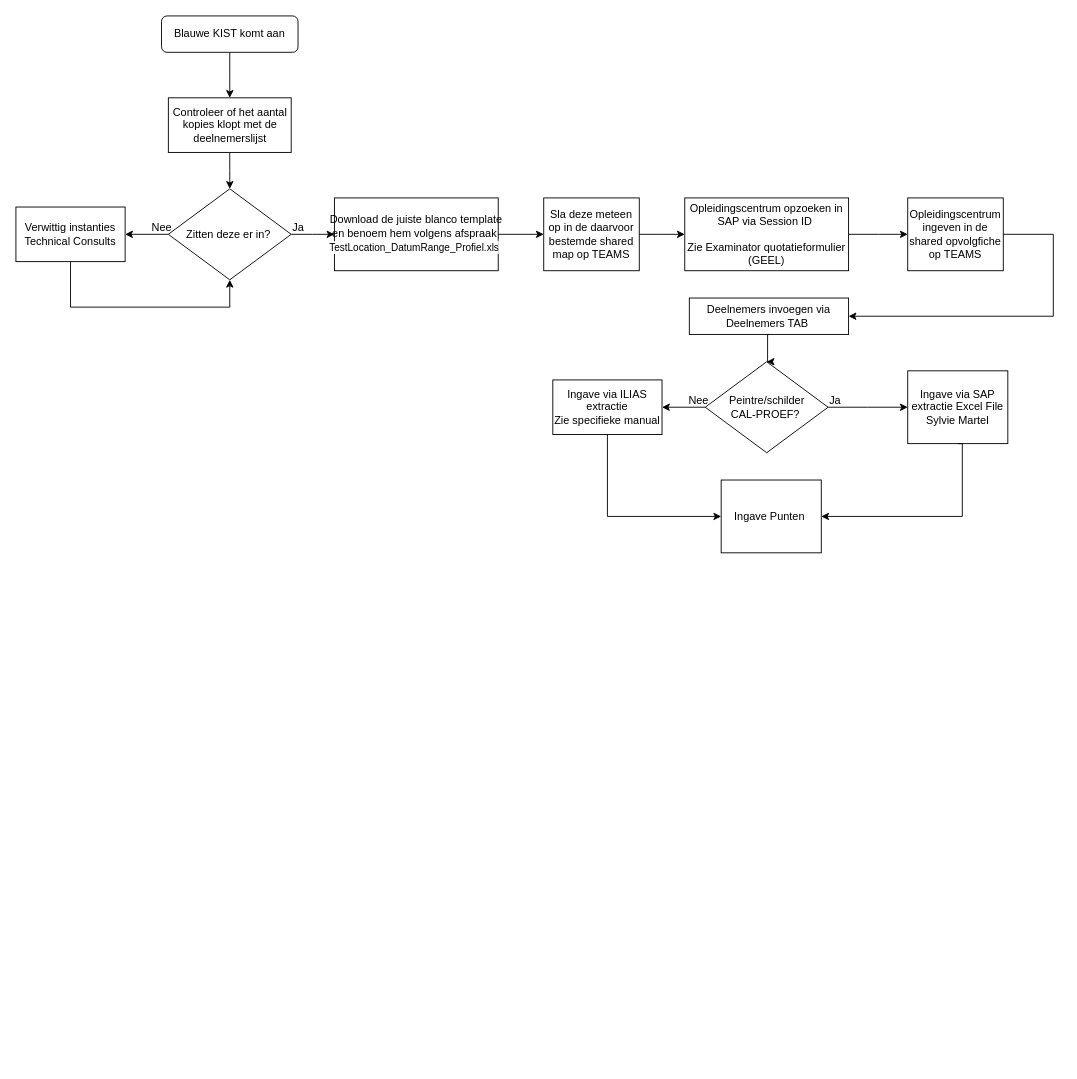
Before: Untitled Diagram.drawio in LaRizzaFelice/my-own-app, a draw.io diagram. Source tidied: cells renumbered, new cells numbered last; positions are measured from the earlier drawing's top-left corner, leaving out a move shared by most shapes. Both pictures are drawn from the tidied source at 91%, with x=0, y=0 at pixel (15, 15).
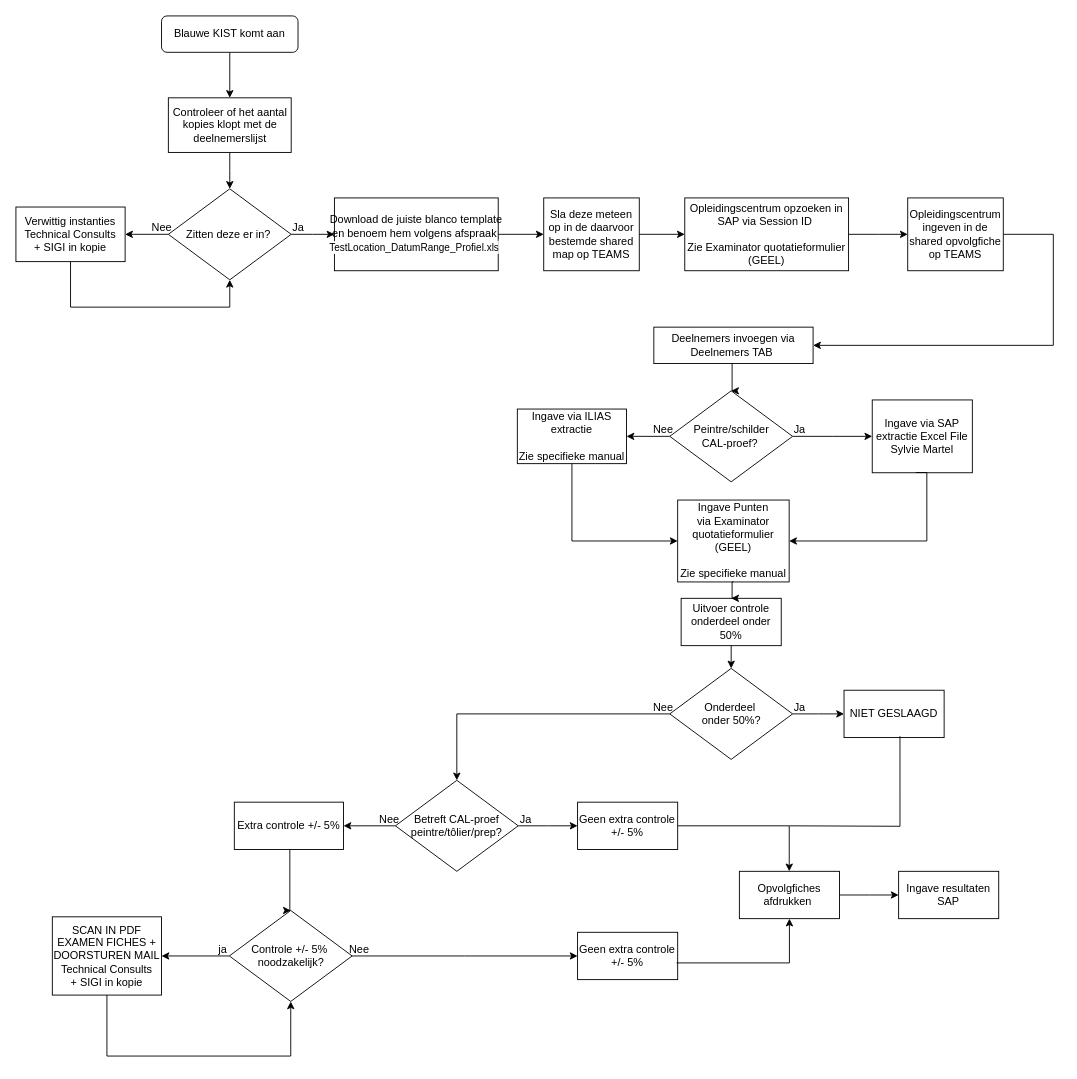
After the change.

What changed in the source:
```diff
@@
-    <mxCell id="7" value="Verwittig instanties&lt;div&gt;Technical Consults&lt;/div&gt;" style="rounded=0;whiteSpace=wrap;html=1;" parent="1" vertex="1">
+    <mxCell id="7" value="Verwittig instanties&lt;div&gt;Technical Consult&lt;span style=&quot;background-color: initial;&quot;&gt;s&lt;/span&gt;&lt;/div&gt;&lt;div&gt;&lt;span style=&quot;background-color: initial;&quot;&gt;+ SIGI in kopie&lt;/span&gt;&lt;/div&gt;" style="rounded=0;whiteSpace=wrap;html=1;" parent="1" vertex="1">
       <mxGeometry y="210" width="120" height="60" as="geometry" />
     </mxCell>
@@
     <mxCell id="18" value="Deelnemers invoegen via Deelnemers TAB&amp;nbsp;" style="rounded=0;whiteSpace=wrap;html=1;" parent="1" vertex="1">
-      <mxGeometry x="740" y="310" width="175" height="40" as="geometry" />
+      <mxGeometry x="701" y="342" width="175" height="40" as="geometry" />
     </mxCell>
@@
     <mxCell id="22" value="Ingave via SAP extractie Excel File Sylvie Martel" style="rounded=0;whiteSpace=wrap;html=1;" parent="1" vertex="1">
-      <mxGeometry x="980" y="390" width="110" height="80" as="geometry" />
+      <mxGeometry x="941" y="422" width="110" height="80" as="geometry" />
     </mxCell>
-    <mxCell id="23" value="Ingave via ILIAS extractie&lt;div&gt;Zie specifieke manual&lt;/div&gt;" style="rounded=0;whiteSpace=wrap;html=1;" parent="1" vertex="1">
-      <mxGeometry x="590" y="400" width="120" height="60" as="geometry" />
+    <mxCell id="23" value="Ingave via ILIAS extractie&lt;div&gt;&lt;br&gt;&lt;div&gt;Zie specifieke manual&lt;/div&gt;&lt;/div&gt;" style="rounded=0;whiteSpace=wrap;html=1;" parent="1" vertex="1">
+      <mxGeometry x="551" y="432" width="120" height="60" as="geometry" />
     </mxCell>
@@
     <mxCell id="25" style="edgeStyle=elbowEdgeStyle;rounded=0;jettySize=auto;html=1;exitX=0;exitY=0.5;exitDx=0;exitDy=0;entryX=1;entryY=0.5;entryDx=0;entryDy=0;elbow=vertical;" parent="1" edge="1" source="26" target="23">
       <mxGeometry relative="1" as="geometry">
         <Array as="points">
-          <mxPoint x="710" y="430" />
+          <mxPoint x="671" y="462" />
         </Array>
       </mxGeometry>
     </mxCell>
-    <mxCell id="26" value="Peintre/schilder&lt;div&gt;CAL-PROEF?&amp;nbsp;&lt;/div&gt;" style="rhombus;whiteSpace=wrap;html=1;" parent="1" vertex="1">
-      <mxGeometry x="757.5" y="380" width="135" height="100" as="geometry" />
+    <mxCell id="26" value="Peintre/schilder&lt;div&gt;CAL-proef?&amp;nbsp;&lt;/div&gt;" style="rhombus;whiteSpace=wrap;html=1;" parent="1" vertex="1">
+      <mxGeometry x="718.5" y="412" width="135" height="100" as="geometry" />
     </mxCell>
     <mxCell id="27" value="Nee" style="text;html=1;align=center;verticalAlign=middle;strokeColor=none;fillColor=none;" parent="1" vertex="1">
-      <mxGeometry x="725" y="408" width="50" height="30" as="geometry" />
+      <mxGeometry x="686" y="440" width="50" height="30" as="geometry" />
     </mxCell>
     <mxCell id="28" value="Ja" style="text;html=1;align=center;verticalAlign=middle;strokeColor=none;fillColor=none;" parent="1" vertex="1">
-      <mxGeometry x="880" y="408" width="40" height="30" as="geometry" />
+      <mxGeometry x="841" y="440" width="40" height="30" as="geometry" />
     </mxCell>
@@
-    <mxCell id="31" value="Ingave Punten&amp;nbsp;" style="rounded=0;whiteSpace=wrap;html=1;" parent="1" vertex="1">
-      <mxGeometry x="775" y="510" width="110" height="80" as="geometry" />
+    <mxCell id="31" value="Ingave Punten via&amp;nbsp;&lt;span style=&quot;background-color: initial;&quot;&gt;Examinator quotatieformulier&lt;/span&gt;&lt;div&gt;(GEEL)&lt;/div&gt;&lt;div&gt;&lt;br&gt;&lt;/div&gt;&lt;div&gt;Zie specifieke manual&lt;br&gt;&lt;/div&gt;" style="rounded=0;whiteSpace=wrap;html=1;" parent="1" vertex="1">
+      <mxGeometry x="727.2" y="532" width="122.5" height="90" as="geometry" />
     </mxCell>
     <mxCell id="32" style="edgeStyle=elbowEdgeStyle;rounded=0;jettySize=auto;html=1;exitX=0.5;exitY=1;exitDx=0;exitDy=0;entryX=0;entryY=0.5;entryDx=0;entryDy=0;" parent="1" edge="1" source="23" target="31">
       <mxGeometry relative="1" as="geometry">
         <Array as="points">
-          <mxPoint x="650" y="580" />
+          <mxPoint x="611" y="612" />
         </Array>
       </mxGeometry>
     </mxCell>
-    <mxCell id="33" style="edgeStyle=elbowEdgeStyle;rounded=0;jettySize=auto;html=1;entryX=1;entryY=0.5;entryDx=0;entryDy=0;exitX=0.5;exitY=1;exitDx=0;exitDy=0;" parent="1" edge="1" source="22" target="31">
+    <mxCell id="33" style="edgeStyle=elbowEdgeStyle;rounded=0;jettySize=auto;html=1;exitX=0.435;exitY=0.997;exitDx=0;exitDy=0;exitPerimeter=0;entryX=1;entryY=0.5;entryDx=0;entryDy=0;" parent="1" edge="1" source="22" target="31">
       <mxGeometry relative="1" as="geometry">
         <Array as="points">
-          <mxPoint x="1040" y="565" />
+          <mxPoint x="1001" y="592" />
         </Array>
       </mxGeometry>
     </mxCell>
+    <mxCell id="34" value="Uitvoer controle onderdeel onder 50%" style="rounded=0;whiteSpace=wrap;html=1;" parent="1" vertex="1">
+      <mxGeometry x="731" y="640" width="110" height="52" as="geometry" />
+    </mxCell>
+    <mxCell id="35" style="edgeStyle=elbowEdgeStyle;rounded=0;jettySize=auto;html=1;exitX=0.5;exitY=1;exitDx=0;exitDy=0;elbow=horizontal;entryX=0.5;entryY=0;entryDx=0;entryDy=0;" parent="1" edge="1" source="31" target="34">
+      <mxGeometry relative="1" as="geometry" />
+    </mxCell>
+    <mxCell id="36" style="edgeStyle=elbowEdgeStyle;rounded=0;jettySize=auto;html=1;exitX=0.5;exitY=1;exitDx=0;exitDy=0;entryX=0.5;entryY=0;entryDx=0;entryDy=0;" parent="1" edge="1" source="34" target="39">
+      <mxGeometry relative="1" as="geometry" />
+    </mxCell>
+    <mxCell id="37" style="edgeStyle=elbowEdgeStyle;rounded=0;jettySize=auto;html=1;exitX=1;exitY=0.5;exitDx=0;exitDy=0;entryX=0;entryY=0.5;entryDx=0;entryDy=0;" parent="1" edge="1" source="39" target="42">
+      <mxGeometry relative="1" as="geometry" />
+    </mxCell>
+    <mxCell id="38" style="edgeStyle=elbowEdgeStyle;rounded=0;jettySize=auto;html=1;exitX=0;exitY=0.5;exitDx=0;exitDy=0;entryX=0.5;entryY=0;entryDx=0;entryDy=0;elbow=vertical;" parent="1" edge="1" source="39" target="45">
+      <mxGeometry relative="1" as="geometry">
+        <Array as="points">
+          <mxPoint x="671" y="767" />
+        </Array>
+      </mxGeometry>
+    </mxCell>
+    <mxCell id="39" value="Onderdeel&amp;nbsp;&lt;div&gt;onder&amp;nbsp;&lt;span style=&quot;background-color: initial;&quot;&gt;50%?&lt;/span&gt;&lt;/div&gt;" style="rhombus;whiteSpace=wrap;html=1;" parent="1" vertex="1">
+      <mxGeometry x="718.5" y="717" width="135" height="100" as="geometry" />
+    </mxCell>
+    <mxCell id="40" value="Nee" style="text;html=1;align=center;verticalAlign=middle;strokeColor=none;fillColor=none;" parent="1" vertex="1">
+      <mxGeometry x="686" y="745" width="50" height="30" as="geometry" />
+    </mxCell>
+    <mxCell id="41" value="Ja" style="text;html=1;align=center;verticalAlign=middle;strokeColor=none;fillColor=none;" parent="1" vertex="1">
+      <mxGeometry x="841" y="745" width="40" height="30" as="geometry" />
+    </mxCell>
+    <mxCell id="42" value="NIET GESLAAGD" style="rounded=0;whiteSpace=wrap;html=1;" parent="1" vertex="1">
+      <mxGeometry x="910" y="741" width="110" height="52" as="geometry" />
+    </mxCell>
+    <mxCell id="43" style="edgeStyle=elbowEdgeStyle;rounded=0;jettySize=auto;html=1;exitX=1;exitY=0.5;exitDx=0;exitDy=0;entryX=0;entryY=0.5;entryDx=0;entryDy=0;" parent="1" edge="1" source="45" target="48">
+      <mxGeometry relative="1" as="geometry" />
+    </mxCell>
+    <mxCell id="44" style="edgeStyle=elbowEdgeStyle;rounded=0;jettySize=auto;html=1;exitX=0;exitY=0.5;exitDx=0;exitDy=0;entryX=1;entryY=0.5;entryDx=0;entryDy=0;elbow=vertical;" parent="1" edge="1" source="45" target="49">
+      <mxGeometry relative="1" as="geometry">
+        <Array as="points">
+          <mxPoint x="369.5" y="890" />
+        </Array>
+      </mxGeometry>
+    </mxCell>
+    <mxCell id="45" value="Betreft CAL-proef peintre/tôlier/prep?" style="rhombus;whiteSpace=wrap;html=1;" parent="1" vertex="1">
+      <mxGeometry x="417" y="840" width="135" height="100" as="geometry" />
+    </mxCell>
+    <mxCell id="46" value="Nee" style="text;html=1;align=center;verticalAlign=middle;strokeColor=none;fillColor=none;" parent="1" vertex="1">
+      <mxGeometry x="384.5" y="868" width="50" height="30" as="geometry" />
+    </mxCell>
+    <mxCell id="47" value="Ja" style="text;html=1;align=center;verticalAlign=middle;strokeColor=none;fillColor=none;" parent="1" vertex="1">
+      <mxGeometry x="539.5" y="868" width="40" height="30" as="geometry" />
+    </mxCell>
+    <mxCell id="48" value="Geen extra controle +/- 5%" style="rounded=0;whiteSpace=wrap;html=1;" parent="1" vertex="1">
+      <mxGeometry x="617.2" y="864" width="110" height="52" as="geometry" />
+    </mxCell>
+    <mxCell id="49" value="Extra controle +/- 5%" style="rounded=0;whiteSpace=wrap;html=1;" parent="1" vertex="1">
+      <mxGeometry x="240" y="864" width="120" height="52" as="geometry" />
+    </mxCell>
+    <mxCell id="50" style="edgeStyle=elbowEdgeStyle;rounded=0;jettySize=auto;html=1;exitX=1;exitY=0.5;exitDx=0;exitDy=0;entryX=0;entryY=0.5;entryDx=0;entryDy=0;" parent="1" edge="1" source="52" target="55">
+      <mxGeometry relative="1" as="geometry" />
+    </mxCell>
+    <mxCell id="51" style="edgeStyle=elbowEdgeStyle;rounded=0;jettySize=auto;html=1;exitX=0;exitY=0.5;exitDx=0;exitDy=0;entryX=1;entryY=0.5;entryDx=0;entryDy=0;elbow=vertical;" parent="1" edge="1" source="52" target="56">
+      <mxGeometry relative="1" as="geometry">
+        <Array as="points">
+          <mxPoint x="187" y="1033" />
+        </Array>
+      </mxGeometry>
+    </mxCell>
+    <mxCell id="52" value="Controle +/- 5%&amp;nbsp;&lt;div&gt;noodzakelijk?&lt;/div&gt;" style="rhombus;whiteSpace=wrap;html=1;" parent="1" vertex="1">
+      <mxGeometry x="234.5" y="983" width="135" height="100" as="geometry" />
+    </mxCell>
+    <mxCell id="53" value="ja" style="text;html=1;align=center;verticalAlign=middle;strokeColor=none;fillColor=none;" parent="1" vertex="1">
+      <mxGeometry x="212" y="1011" width="30" height="30" as="geometry" />
+    </mxCell>
+    <mxCell id="54" value="Nee" style="text;html=1;align=center;verticalAlign=middle;strokeColor=none;fillColor=none;" parent="1" vertex="1">
+      <mxGeometry x="352" y="1011" width="50" height="30" as="geometry" />
+    </mxCell>
+    <mxCell id="55" value="Geen extra controle +/- 5%" style="rounded=0;whiteSpace=wrap;html=1;" parent="1" vertex="1">
+      <mxGeometry x="617.2" y="1007" width="110" height="52" as="geometry" />
+    </mxCell>
+    <mxCell id="56" value="SCAN IN PDF EXAMEN FICHES + DOORSTUREN MAIL&lt;div&gt;Technical Consults&lt;br&gt;&lt;div&gt;+ SIGI in kopie&lt;br&gt;&lt;/div&gt;&lt;/div&gt;" style="rounded=0;whiteSpace=wrap;html=1;" parent="1" vertex="1">
+      <mxGeometry x="40" y="990" width="120" height="86" as="geometry" />
+    </mxCell>
+    <mxCell id="57" style="edgeStyle=elbowEdgeStyle;rounded=0;jettySize=auto;html=1;entryX=0.5;entryY=0;entryDx=0;entryDy=0;exitX=0.5;exitY=1;exitDx=0;exitDy=0;" parent="1" edge="1" source="49" target="52">
+      <mxGeometry relative="1" as="geometry" />
+    </mxCell>
+    <mxCell id="58" style="edgeStyle=elbowEdgeStyle;rounded=0;jettySize=auto;html=1;exitX=0.5;exitY=1;exitDx=0;exitDy=0;entryX=0.5;entryY=1;entryDx=0;entryDy=0;" parent="1" edge="1" source="56" target="52">
+      <mxGeometry relative="1" as="geometry">
+        <Array as="points">
+          <mxPoint x="200" y="1143" />
+        </Array>
+      </mxGeometry>
+    </mxCell>
+    <mxCell id="59" value="Opvolgfiches afdrukken&amp;nbsp;" style="rounded=0;whiteSpace=wrap;html=1;" parent="1" vertex="1">
+      <mxGeometry x="795" y="940" width="110" height="52" as="geometry" />
+    </mxCell>
+    <mxCell id="60" style="edgeStyle=elbowEdgeStyle;rounded=0;jettySize=auto;html=1;entryX=0.5;entryY=1;entryDx=0;entryDy=0;exitX=0.989;exitY=0.647;exitDx=0;exitDy=0;exitPerimeter=0;" parent="1" edge="1" source="55" target="59">
+      <mxGeometry relative="1" as="geometry">
+        <Array as="points">
+          <mxPoint x="850" y="1028" />
+          <mxPoint x="805" y="1058" />
+          <mxPoint x="735" y="1048" />
+        </Array>
+      </mxGeometry>
+    </mxCell>
+    <mxCell id="61" style="edgeStyle=elbowEdgeStyle;rounded=0;jettySize=auto;html=1;entryX=0.5;entryY=0;entryDx=0;entryDy=0;exitX=1;exitY=0.5;exitDx=0;exitDy=0;" parent="1" edge="1" source="48" target="59">
+      <mxGeometry relative="1" as="geometry">
+        <Array as="points">
+          <mxPoint x="849.8" y="900" />
+          <mxPoint x="804.8" y="930" />
+          <mxPoint x="734.8" y="920" />
+        </Array>
+      </mxGeometry>
+    </mxCell>
+    <mxCell id="62" value="Ingave resultaten SAP" style="rounded=0;whiteSpace=wrap;html=1;" parent="1" vertex="1">
+      <mxGeometry x="970" y="940" width="110" height="52" as="geometry" />
+    </mxCell>
+    <mxCell id="63" style="edgeStyle=elbowEdgeStyle;rounded=0;jettySize=auto;html=1;exitX=1;exitY=0.5;exitDx=0;exitDy=0;" parent="1" edge="1" source="59" target="62">
+      <mxGeometry relative="1" as="geometry" />
+    </mxCell>
+    <mxCell id="64" style="endArrow=none;html=1;rounded=0;fontSize=12;startSize=8;endSize=8;entryX=0.559;entryY=0.972;entryDx=0;entryDy=0;entryPerimeter=0;edgeStyle=orthogonalEdgeStyle;" parent="1" edge="1" target="42">
+      <mxGeometry relative="1" as="geometry">
+        <mxPoint x="850" y="890" as="sourcePoint" />
+      </mxGeometry>
+    </mxCell>
```
